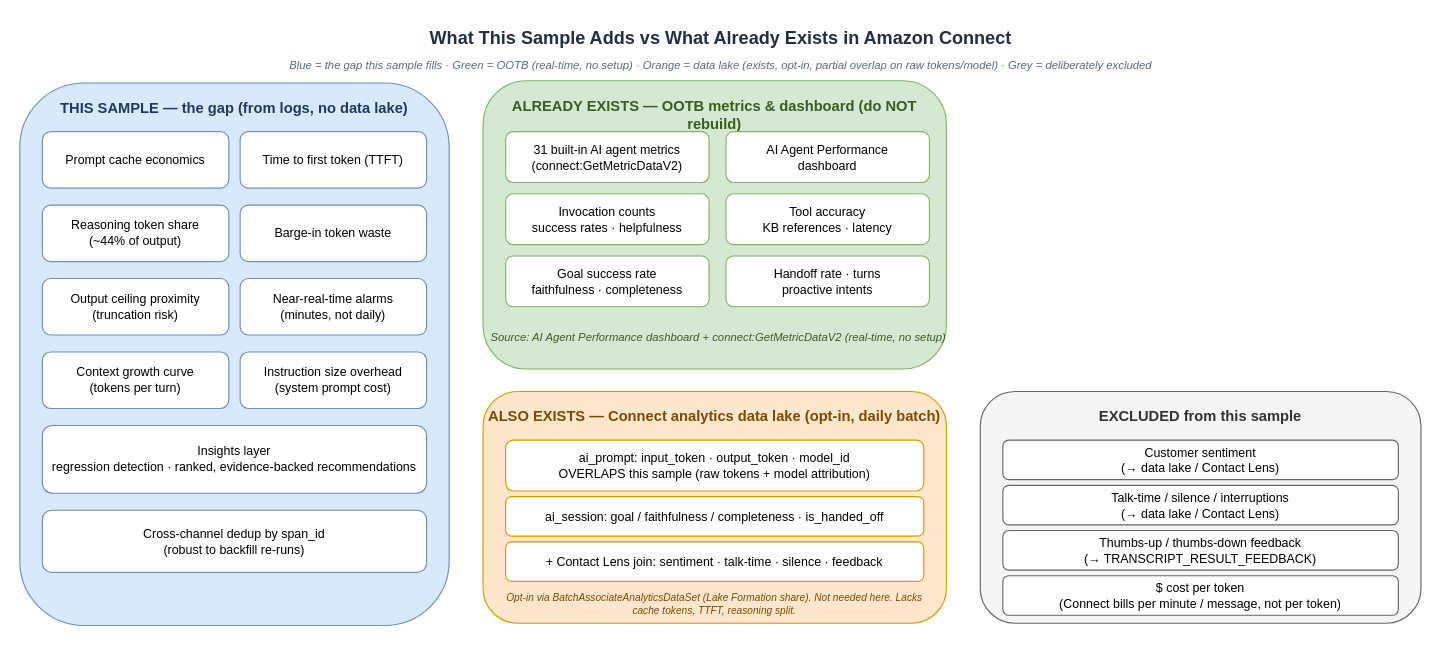
The draw.io diagram page "Signal Coverage" (3 of 3) of docs/architecture.drawio in aws-samples/sample-amazon-connect-customer-ai-agent-token-usage-dashboard, before the edit. Source tidied: cells renumbered, new cells numbered last; positions are measured from the earlier drawing's top-left corner, leaving out a move shared by most shapes. Both pictures are drawn from the tidied source at 113%, with x=0, y=0 at pixel (19, 19).
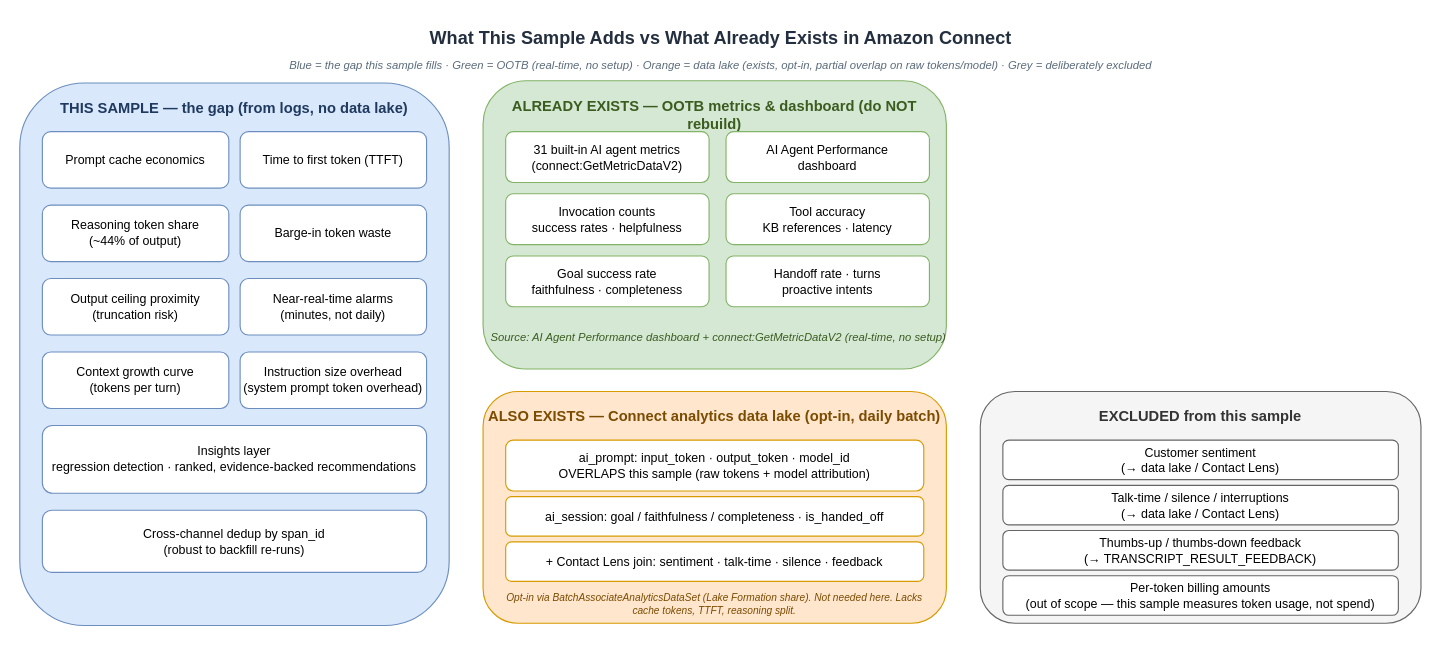
The same page after the edit.

Change to the diagram source:
```diff
@@
-    <mxCell id="12" value="Instruction size overhead&#10;(system prompt cost)" style="rounded=1;whiteSpace=wrap;html=1;fillColor=#FFFFFF;strokeColor=#6C8EBF;fontSize=11;" parent="1" vertex="1">
+    <mxCell id="12" value="Instruction size overhead&#10;(system prompt token overhead)" style="rounded=1;whiteSpace=wrap;html=1;fillColor=#FFFFFF;strokeColor=#6C8EBF;fontSize=11;" parent="1" vertex="1">
       <mxGeometry x="195" y="294" width="165" height="50" as="geometry" />
     </mxCell>
@@
-    <mxCell id="32" value="$ cost per token&#10;(Connect bills per minute / message, not per token)" style="rounded=1;whiteSpace=wrap;html=1;fillColor=#FFFFFF;strokeColor=#666666;fontSize=11;" parent="1" vertex="1">
+    <mxCell id="32" value="Per-token billing amounts&#10;(out of scope — this sample measures token usage, not spend)" style="rounded=1;whiteSpace=wrap;html=1;fillColor=#FFFFFF;strokeColor=#666666;fontSize=11;" parent="1" vertex="1">
       <mxGeometry x="870" y="492" width="350" height="35" as="geometry" />
     </mxCell>
```
